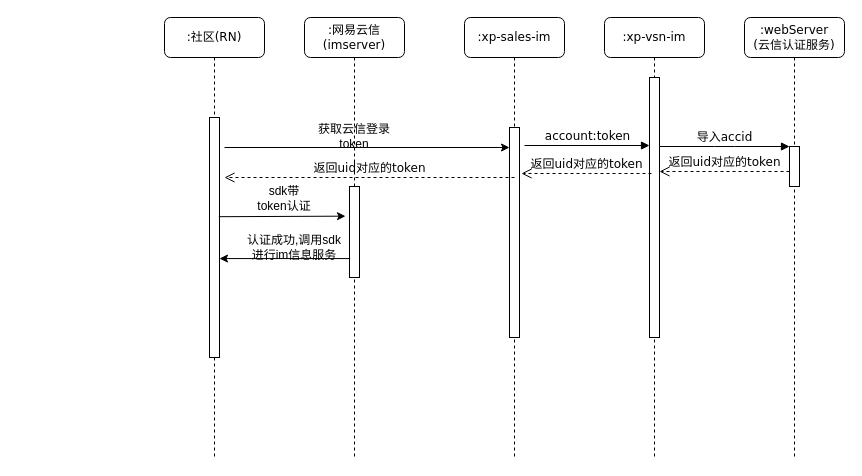
The draw.io diagram arch/sns/im-entry.drawio in zhangchuhu/drawio, before the edit. Source tidied: cells renumbered, new cells numbered last; positions are measured from the earlier drawing's top-left corner, leaving out a move shared by most shapes. Both pictures are drawn from the tidied source at 100%, with x=0, y=0 at pixel (164, 17).
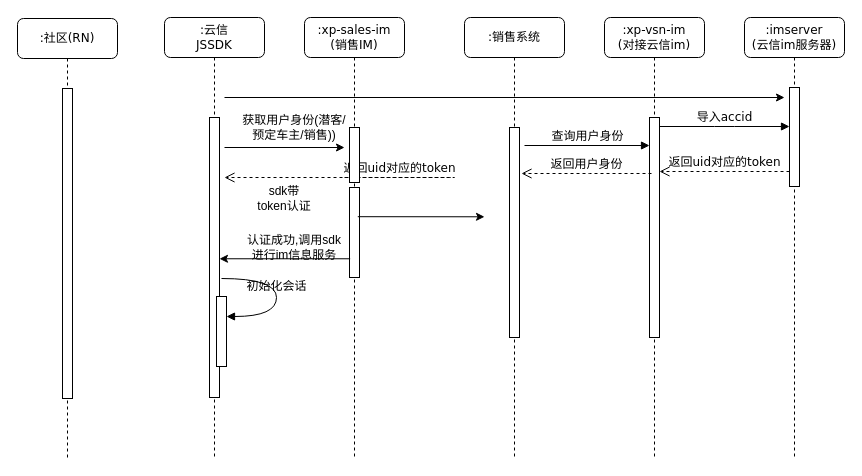
The same diagram, later.

The change refers to these unchanged cells:
```xml
<mxCell id="5" style="html=1;points=[];perimeter=orthogonalPerimeter;rounded=0;shadow=0;comic=0;labelBackgroundColor=none;strokeWidth=1;fontFamily=Verdana;fontSize=12;align=center;" parent="4" vertex="1">
  <mxGeometry x="45" y="110" width="10" height="210" as="geometry" />
</mxCell>
```

The edit, as a diff of the source:
```diff
@@
-    <mxCell id="2" value=":网易云信&lt;br&gt;(imserver)" style="shape=umlLifeline;perimeter=lifelinePerimeter;whiteSpace=wrap;html=1;rounded=1;shadow=0;comic=0;labelBackgroundColor=none;strokeWidth=1;fontFamily=Verdana;fontSize=12;align=center;" parent="1" vertex="1">
+    <mxCell id="2" value=":xp-sales-im&lt;br&gt;(销售IM)" style="shape=umlLifeline;perimeter=lifelinePerimeter;whiteSpace=wrap;html=1;rounded=1;shadow=0;comic=0;labelBackgroundColor=none;strokeWidth=1;fontFamily=Verdana;fontSize=12;align=center;" parent="1" vertex="1">
       <mxGeometry x="140" width="100" height="440" as="geometry" />
     </mxCell>
     <mxCell id="3" style="html=1;points=[];perimeter=orthogonalPerimeter;rounded=0;shadow=0;comic=0;labelBackgroundColor=none;strokeWidth=1;fontFamily=Verdana;fontSize=12;align=center;" parent="2" vertex="1">
-      <mxGeometry x="45" y="169" width="10" height="91" as="geometry" />
+      <mxGeometry x="45" y="170" width="10" height="90" as="geometry" />
     </mxCell>
-    <mxCell id="4" value=":xp-sales-im" style="shape=umlLifeline;perimeter=lifelinePerimeter;whiteSpace=wrap;html=1;rounded=1;shadow=0;comic=0;labelBackgroundColor=none;strokeWidth=1;fontFamily=Verdana;fontSize=12;align=center;" parent="1" vertex="1">
+    <mxCell id="4" value=":销售系统" style="shape=umlLifeline;perimeter=lifelinePerimeter;whiteSpace=wrap;html=1;rounded=1;shadow=0;comic=0;labelBackgroundColor=none;strokeWidth=1;fontFamily=Verdana;fontSize=12;align=center;" parent="1" vertex="1">
       <mxGeometry x="300" width="100" height="440" as="geometry" />
     </mxCell>
@@
-    <mxCell id="6" value=":xp-vsn-im" style="shape=umlLifeline;perimeter=lifelinePerimeter;whiteSpace=wrap;html=1;rounded=1;shadow=0;comic=0;labelBackgroundColor=none;strokeWidth=1;fontFamily=Verdana;fontSize=12;align=center;" parent="1" vertex="1">
+    <mxCell id="6" value=":xp-vsn-im&lt;br&gt;(对接云信im)" style="shape=umlLifeline;perimeter=lifelinePerimeter;whiteSpace=wrap;html=1;rounded=1;shadow=0;comic=0;labelBackgroundColor=none;strokeWidth=1;fontFamily=Verdana;fontSize=12;align=center;" parent="1" vertex="1">
       <mxGeometry x="440" width="100" height="440" as="geometry" />
     </mxCell>
-    <mxCell id="7" value=":webServer&lt;br&gt;(云信认证服务)" style="shape=umlLifeline;perimeter=lifelinePerimeter;whiteSpace=wrap;html=1;rounded=1;shadow=0;comic=0;labelBackgroundColor=none;strokeWidth=1;fontFamily=Verdana;fontSize=12;align=center;" parent="1" vertex="1">
+    <mxCell id="7" value=":imserver&lt;br&gt;(云信im服务器)" style="shape=umlLifeline;perimeter=lifelinePerimeter;whiteSpace=wrap;html=1;rounded=1;shadow=0;comic=0;labelBackgroundColor=none;strokeWidth=1;fontFamily=Verdana;fontSize=12;align=center;" parent="1" vertex="1">
       <mxGeometry x="580" width="100" height="440" as="geometry" />
     </mxCell>
-    <mxCell id="8" value=":社区(RN)" style="shape=umlLifeline;perimeter=lifelinePerimeter;whiteSpace=wrap;html=1;rounded=1;shadow=0;comic=0;labelBackgroundColor=none;strokeWidth=1;fontFamily=Verdana;fontSize=12;align=center;" parent="1" vertex="1">
+    <mxCell id="8" value=":云信&lt;br&gt;JSSDK" style="shape=umlLifeline;perimeter=lifelinePerimeter;whiteSpace=wrap;html=1;rounded=1;shadow=0;comic=0;labelBackgroundColor=none;strokeWidth=1;fontFamily=Verdana;fontSize=12;align=center;" parent="1" vertex="1">
       <mxGeometry width="100" height="440" as="geometry" />
     </mxCell>
     <mxCell id="9" style="html=1;points=[];perimeter=orthogonalPerimeter;rounded=0;shadow=0;comic=0;labelBackgroundColor=none;strokeWidth=1;fontFamily=Verdana;fontSize=12;align=center;" parent="8" vertex="1">
-      <mxGeometry x="45" y="100" width="10" height="240" as="geometry" />
+      <mxGeometry x="45" y="100" width="10" height="280" as="geometry" />
     </mxCell>
     <mxCell id="10" style="html=1;points=[];perimeter=orthogonalPerimeter;rounded=0;shadow=0;comic=0;labelBackgroundColor=none;strokeWidth=1;fontFamily=Verdana;fontSize=12;align=center;" parent="1" vertex="1">
-      <mxGeometry x="485" y="60" width="10" height="260" as="geometry" />
+      <mxGeometry x="485" y="100" width="10" height="220" as="geometry" />
     </mxCell>
     <mxCell id="11" style="html=1;points=[];perimeter=orthogonalPerimeter;rounded=0;shadow=0;comic=0;labelBackgroundColor=none;strokeWidth=1;fontFamily=Verdana;fontSize=12;align=center;" parent="1" vertex="1">
-      <mxGeometry x="625" y="129" width="10" height="40" as="geometry" />
+      <mxGeometry x="625" y="70" width="10" height="99" as="geometry" />
     </mxCell>
-    <mxCell id="12" value="导入accid" style="html=1;verticalAlign=bottom;endArrow=block;entryX=0;entryY=0;labelBackgroundColor=none;fontFamily=Verdana;fontSize=12;edgeStyle=elbowEdgeStyle;elbow=vertical;" parent="1" edge="1" source="10" target="11">
-      <mxGeometry relative="1" as="geometry" />
+    <mxCell id="12" value="导入accid" style="html=1;verticalAlign=bottom;endArrow=block;entryX=0;entryY=0;labelBackgroundColor=none;fontFamily=Verdana;fontSize=12;edgeStyle=elbowEdgeStyle;elbow=vertical;" parent="1" edge="1">
+      <mxGeometry relative="1" as="geometry">
+        <mxPoint x="495" y="109" as="sourcePoint" />
+        <mxPoint x="625" y="109" as="targetPoint" />
+      </mxGeometry>
     </mxCell>
-    <mxCell id="13" value="account:token" style="html=1;verticalAlign=bottom;endArrow=block;labelBackgroundColor=none;fontFamily=Verdana;fontSize=12;edgeStyle=elbowEdgeStyle;elbow=vertical;" parent="1" edge="1">
+    <mxCell id="13" value="查询用户身份" style="html=1;verticalAlign=bottom;endArrow=block;labelBackgroundColor=none;fontFamily=Verdana;fontSize=12;edgeStyle=elbowEdgeStyle;elbow=vertical;" parent="1" edge="1">
       <mxGeometry relative="1" as="geometry">
         <mxPoint x="360" y="128" as="sourcePoint" />
         <mxPoint x="485" y="128" as="targetPoint" />
       </mxGeometry>
     </mxCell>
@@
-    <mxCell id="15" style="endArrow=classic;html=1;" parent="1" edge="1" target="5">
+    <mxCell id="15" style="endArrow=classic;html=1;" parent="1" edge="1">
       <mxGeometry relative="1" as="geometry">
         <mxPoint x="60" y="130" as="sourcePoint" />
+        <mxPoint x="180" y="130" as="targetPoint" />
       </mxGeometry>
     </mxCell>
-    <mxCell id="16" value="获取云信登录token" style="text;html=1;strokeColor=none;fillColor=none;align=center;verticalAlign=middle;whiteSpace=wrap;rounded=0;" parent="1" vertex="1">
-      <mxGeometry x="140" y="109" width="100" height="20" as="geometry" />
+    <mxCell id="16" value="获取用户身份(潜客/预定车主/销售))" style="text;html=1;strokeColor=none;fillColor=none;align=center;verticalAlign=middle;whiteSpace=wrap;rounded=0;" parent="1" vertex="1">
+      <mxGeometry x="75" y="100" width="110" height="20" as="geometry" />
     </mxCell>
-    <mxCell id="17" value="返回uid对应的token" style="html=1;verticalAlign=bottom;endArrow=open;dashed=1;endSize=8;labelBackgroundColor=none;fontFamily=Verdana;fontSize=12;edgeStyle=elbowEdgeStyle;elbow=vertical;" parent="1" edge="1">
+    <mxCell id="17" value="返回用户身份" style="html=1;verticalAlign=bottom;endArrow=open;dashed=1;endSize=8;labelBackgroundColor=none;fontFamily=Verdana;fontSize=12;edgeStyle=elbowEdgeStyle;elbow=vertical;" parent="1" edge="1">
       <mxGeometry relative="1" as="geometry">
         <mxPoint x="487" y="156" as="sourcePoint" />
         <mxPoint x="357" y="156" as="targetPoint" />
         <Array as="points">
           <mxPoint x="435" y="156" />
           <mxPoint x="465" y="156" />
         </Array>
       </mxGeometry>
     </mxCell>
     <mxCell id="18" value="返回uid对应的token" style="html=1;verticalAlign=bottom;endArrow=open;dashed=1;endSize=8;labelBackgroundColor=none;fontFamily=Verdana;fontSize=12;edgeStyle=elbowEdgeStyle;elbow=vertical;" parent="1" edge="1">
       <mxGeometry relative="1" as="geometry">
-        <mxPoint x="350" y="160" as="sourcePoint" />
+        <mxPoint x="180" y="160" as="sourcePoint" />
         <mxPoint x="60" y="160" as="targetPoint" />
         <Array as="points">
           <mxPoint x="295" y="160" />
           <mxPoint x="325" y="160" />
         </Array>
       </mxGeometry>
     </mxCell>
-    <mxCell id="19" style="endArrow=classic;html=1;exitX=0.933;exitY=0.239;exitDx=0;exitDy=0;exitPerimeter=0;entryX=-0.4;entryY=0.326;entryDx=0;entryDy=0;entryPerimeter=0;" parent="1" edge="1" target="3">
+    <mxCell id="19" style="endArrow=classic;html=1;exitX=0.933;exitY=0.239;exitDx=0;exitDy=0;exitPerimeter=0;entryX=-0.4;entryY=0.326;entryDx=0;entryDy=0;entryPerimeter=0;" parent="1" edge="1">
       <mxGeometry relative="1" as="geometry">
-        <mxPoint x="54.3" y="199.2" as="sourcePoint" />
+        <mxPoint x="193.3" y="199.2" as="sourcePoint" />
+        <mxPoint x="320" y="199.3" as="targetPoint" />
       </mxGeometry>
     </mxCell>
@@
+    <mxCell id="23" style="html=1;perimeter=orthogonalPerimeter;rounded=0;shadow=0;comic=0;labelBackgroundColor=none;strokeWidth=1;fontFamily=Verdana;fontSize=12;align=center;" parent="1" vertex="1">
+      <mxGeometry x="185" y="110" width="10" height="55" as="geometry" />
+    </mxCell>
+    <mxCell id="24" value="初始化会话" style="html=1;verticalAlign=bottom;endArrow=block;labelBackgroundColor=none;fontFamily=Verdana;fontSize=12;elbow=vertical;edgeStyle=orthogonalEdgeStyle;curved=1;entryX=1;entryY=0.286;entryPerimeter=0;exitX=1.038;exitY=0.345;exitPerimeter=0;" parent="1" edge="1">
+      <mxGeometry relative="1" as="geometry">
+        <mxPoint x="57" y="261" as="sourcePoint" />
+        <mxPoint x="62" y="299" as="targetPoint" />
+        <Array as="points">
+          <mxPoint x="112" y="261" />
+          <mxPoint x="112" y="299" />
+        </Array>
+      </mxGeometry>
+    </mxCell>
+    <mxCell id="25" style="html=1;perimeter=orthogonalPerimeter;rounded=0;shadow=0;comic=0;labelBackgroundColor=none;strokeWidth=1;fontFamily=Verdana;fontSize=12;align=center;" parent="1" vertex="1">
+      <mxGeometry x="52" y="279" width="10" height="70" as="geometry" />
+    </mxCell>
+    <mxCell id="26" style="endArrow=classic;html=1;" parent="1" edge="1">
+      <mxGeometry relative="1" as="geometry">
+        <mxPoint x="60" y="80" as="sourcePoint" />
+        <mxPoint x="620" y="80" as="targetPoint" />
+      </mxGeometry>
+    </mxCell>
+    <mxCell id="27" value=":社区(RN)" style="shape=umlLifeline;perimeter=lifelinePerimeter;whiteSpace=wrap;html=1;rounded=1;shadow=0;comic=0;labelBackgroundColor=none;strokeWidth=1;fontFamily=Verdana;fontSize=12;align=center;" parent="1" vertex="1">
+      <mxGeometry x="-147" y="1" width="100" height="440" as="geometry" />
+    </mxCell>
+    <mxCell id="28" style="html=1;perimeter=orthogonalPerimeter;rounded=0;shadow=0;comic=0;labelBackgroundColor=none;strokeWidth=1;fontFamily=Verdana;fontSize=12;align=center;" parent="27" vertex="1">
+      <mxGeometry x="45" y="70" width="10" height="310" as="geometry" />
+    </mxCell>
```
